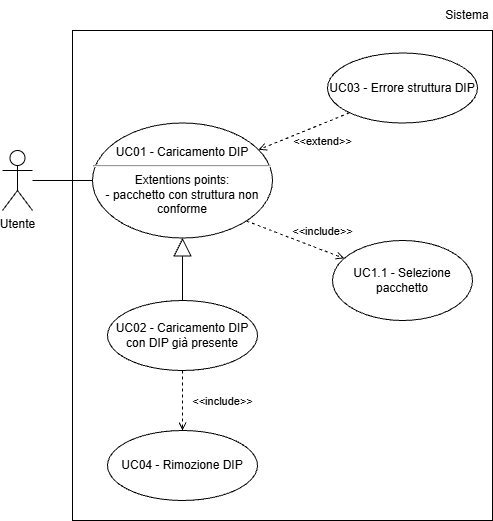
This is assets/Use_Case_Diagrams/UC01.png from Team-Three-Technologies/Documenti, a draw.io export, as it was before one commit. Source tidied: cells renumbered, new cells last; positions are measured from the earlier drawing's top-left corner, leaving out a move shared by most shapes. The source it was exported from:
```xml
<mxGraphModel>
  <root>
    <mxCell id="0" />
    <mxCell id="1" parent="0" />
    <mxCell id="2" value="Utente" style="shape=umlActor;verticalLabelPosition=bottom;verticalAlign=top;html=1;outlineConnect=0;" parent="1" vertex="1">
      <mxGeometry y="150" width="30" height="60" as="geometry" />
    </mxCell>
    <mxCell id="3" value="UC01 - Caricamento DIP&lt;hr&gt;Extentions points:&lt;div&gt;- pacchetto con struttura non conforme&lt;/div&gt;" style="ellipse;whiteSpace=wrap;html=1;" parent="1" vertex="1">
      <mxGeometry x="90" y="122.5" width="180" height="115" as="geometry" />
    </mxCell>
    <mxCell id="4" value="UC1.1 - Selezione pacchetto" style="ellipse;whiteSpace=wrap;html=1;" parent="1" vertex="1">
      <mxGeometry x="330" y="240" width="140" height="80" as="geometry" />
    </mxCell>
    <mxCell id="5" value="UC03 - Errore struttura DIP" style="ellipse;whiteSpace=wrap;html=1;" parent="1" vertex="1">
      <mxGeometry x="325" y="52.5" width="150" height="70" as="geometry" />
    </mxCell>
    <mxCell id="6" style="endArrow=none;html=1;rounded=0;entryX=0;entryY=0.5;entryDx=0;entryDy=0;" parent="1" edge="1" source="2" target="3">
      <mxGeometry relative="1" as="geometry" />
    </mxCell>
    <mxCell id="7" value="&amp;lt;&amp;lt;include&amp;gt;&amp;gt;" style="html=1;verticalAlign=bottom;labelBackgroundColor=none;endArrow=open;endFill=0;dashed=1;rounded=0;exitX=1;exitY=1;exitDx=0;exitDy=0;" parent="1" edge="1" source="3" target="4">
      <mxGeometry x="0.49" y="9" relative="1" as="geometry" />
    </mxCell>
    <mxCell id="8" value="&amp;lt;&amp;lt;extend&amp;gt;&amp;gt;" style="html=1;verticalAlign=bottom;labelBackgroundColor=none;endArrow=open;endFill=0;dashed=1;rounded=0;exitX=0;exitY=1;exitDx=0;exitDy=0;" parent="1" edge="1" source="5" target="3">
      <mxGeometry x="-0.2" y="25" relative="1" as="geometry" />
    </mxCell>
    <mxCell id="9" value="UC02 - Caricamento DIP con DIP già presente" style="ellipse;whiteSpace=wrap;html=1;" parent="1" vertex="1">
      <mxGeometry x="105" y="300" width="150" height="70" as="geometry" />
    </mxCell>
    <mxCell id="10" style="endArrow=block;endSize=16;endFill=0;html=1;rounded=0;entryX=0.5;entryY=1;entryDx=0;entryDy=0;exitX=0.5;exitY=0;exitDx=0;exitDy=0;" parent="1" edge="1" source="9" target="3">
      <mxGeometry relative="1" as="geometry" />
    </mxCell>
    <mxCell id="11" value="&amp;lt;&amp;lt;include&amp;gt;&amp;gt;" style="html=1;verticalAlign=bottom;labelBackgroundColor=none;endArrow=open;endFill=0;dashed=1;rounded=0;exitX=0.5;exitY=1;exitDx=0;exitDy=0;entryX=0.5;entryY=0;entryDx=0;entryDy=0;" parent="1" edge="1" source="9" target="12">
      <mxGeometry x="0.33" y="40" relative="1" as="geometry" />
    </mxCell>
    <mxCell id="12" value="UC04 - Rimozione DIP" style="ellipse;whiteSpace=wrap;html=1;" parent="1" vertex="1">
      <mxGeometry x="105" y="430" width="150" height="70" as="geometry" />
    </mxCell>
    <mxCell id="13" style="rounded=0;whiteSpace=wrap;html=1;fillColor=none;" parent="1" vertex="1">
      <mxGeometry x="70" y="30" width="420" height="490" as="geometry" />
    </mxCell>
    <mxCell id="14" value="Sistema" style="text;html=1;whiteSpace=wrap;strokeColor=none;fillColor=none;align=center;verticalAlign=middle;rounded=0;" parent="1" vertex="1">
      <mxGeometry x="440" width="50" height="30" as="geometry" />
    </mxCell>
  </root>
</mxGraphModel>
```
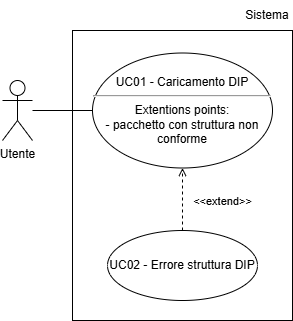
After the commit.

Diff of the diagram source:
```diff
@@ -8,38 +8,20 @@
     <mxCell id="3" value="UC01 - Caricamento DIP&lt;hr&gt;Extentions points:&lt;div&gt;- pacchetto con struttura non conforme&lt;/div&gt;" style="ellipse;whiteSpace=wrap;html=1;" parent="1" vertex="1">
       <mxGeometry x="90" y="122.5" width="180" height="115" as="geometry" />
     </mxCell>
-    <mxCell id="4" value="UC1.1 - Selezione pacchetto" style="ellipse;whiteSpace=wrap;html=1;" parent="1" vertex="1">
-      <mxGeometry x="330" y="240" width="140" height="80" as="geometry" />
-    </mxCell>
-    <mxCell id="5" value="UC03 - Errore struttura DIP" style="ellipse;whiteSpace=wrap;html=1;" parent="1" vertex="1">
-      <mxGeometry x="325" y="52.5" width="150" height="70" as="geometry" />
+    <mxCell id="5" value="UC02 - Errore struttura DIP" style="ellipse;whiteSpace=wrap;html=1;" parent="1" vertex="1">
+      <mxGeometry x="105" y="300" width="150" height="70" as="geometry" />
     </mxCell>
     <mxCell id="6" style="endArrow=none;html=1;rounded=0;entryX=0;entryY=0.5;entryDx=0;entryDy=0;" parent="1" edge="1" source="2" target="3">
       <mxGeometry relative="1" as="geometry" />
     </mxCell>
-    <mxCell id="7" value="&amp;lt;&amp;lt;include&amp;gt;&amp;gt;" style="html=1;verticalAlign=bottom;labelBackgroundColor=none;endArrow=open;endFill=0;dashed=1;rounded=0;exitX=1;exitY=1;exitDx=0;exitDy=0;" parent="1" edge="1" source="3" target="4">
-      <mxGeometry x="0.49" y="9" relative="1" as="geometry" />
-    </mxCell>
-    <mxCell id="8" value="&amp;lt;&amp;lt;extend&amp;gt;&amp;gt;" style="html=1;verticalAlign=bottom;labelBackgroundColor=none;endArrow=open;endFill=0;dashed=1;rounded=0;exitX=0;exitY=1;exitDx=0;exitDy=0;" parent="1" edge="1" source="5" target="3">
-      <mxGeometry x="-0.2" y="25" relative="1" as="geometry" />
+    <mxCell id="8" value="&amp;lt;&amp;lt;extend&amp;gt;&amp;gt;" style="html=1;verticalAlign=bottom;labelBackgroundColor=none;endArrow=open;endFill=0;dashed=1;rounded=0;exitX=0.5;exitY=0;exitDx=0;exitDy=0;entryX=0.5;entryY=1;entryDx=0;entryDy=0;" parent="1" edge="1" source="5" target="3">
+      <mxGeometry x="-0.36" y="-40" relative="1" as="geometry" />
     </mxCell>
-    <mxCell id="9" value="UC02 - Caricamento DIP con DIP già presente" style="ellipse;whiteSpace=wrap;html=1;" parent="1" vertex="1">
-      <mxGeometry x="105" y="300" width="150" height="70" as="geometry" />
-    </mxCell>
-    <mxCell id="10" style="endArrow=block;endSize=16;endFill=0;html=1;rounded=0;entryX=0.5;entryY=1;entryDx=0;entryDy=0;exitX=0.5;exitY=0;exitDx=0;exitDy=0;" parent="1" edge="1" source="9" target="3">
-      <mxGeometry relative="1" as="geometry" />
-    </mxCell>
-    <mxCell id="11" value="&amp;lt;&amp;lt;include&amp;gt;&amp;gt;" style="html=1;verticalAlign=bottom;labelBackgroundColor=none;endArrow=open;endFill=0;dashed=1;rounded=0;exitX=0.5;exitY=1;exitDx=0;exitDy=0;entryX=0.5;entryY=0;entryDx=0;entryDy=0;" parent="1" edge="1" source="9" target="12">
-      <mxGeometry x="0.33" y="40" relative="1" as="geometry" />
-    </mxCell>
-    <mxCell id="12" value="UC04 - Rimozione DIP" style="ellipse;whiteSpace=wrap;html=1;" parent="1" vertex="1">
-      <mxGeometry x="105" y="430" width="150" height="70" as="geometry" />
-    </mxCell>
     <mxCell id="13" style="rounded=0;whiteSpace=wrap;html=1;fillColor=none;" parent="1" vertex="1">
-      <mxGeometry x="70" y="30" width="420" height="490" as="geometry" />
+      <mxGeometry x="70" y="100" width="220" height="290" as="geometry" />
     </mxCell>
     <mxCell id="14" value="Sistema" style="text;html=1;whiteSpace=wrap;strokeColor=none;fillColor=none;align=center;verticalAlign=middle;rounded=0;" parent="1" vertex="1">
-      <mxGeometry x="440" width="50" height="30" as="geometry" />
+      <mxGeometry x="240" y="70" width="50" height="30" as="geometry" />
     </mxCell>
   </root>
 </mxGraphModel>
```
